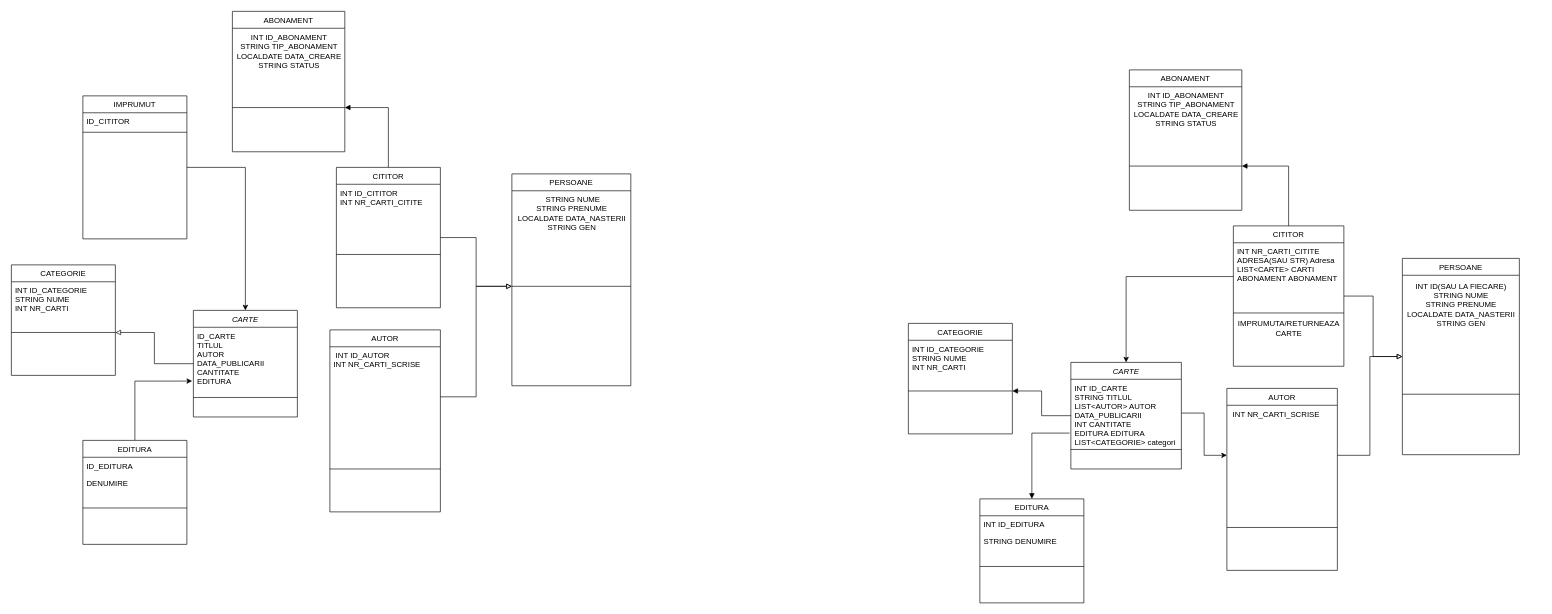
Above: ANUL 2 SEM 2/Diagramă fără titlu.drawio in RobertaDiana/FMI-UNIBUC (draw.io), before the change. Source tidied: cells renumbered, new cells numbered last; positions are measured from the earlier drawing's top-left corner, leaving out a move shared by most shapes. Both pictures are drawn from the tidied source at 65%, with x=0, y=0 at pixel (11, 11).
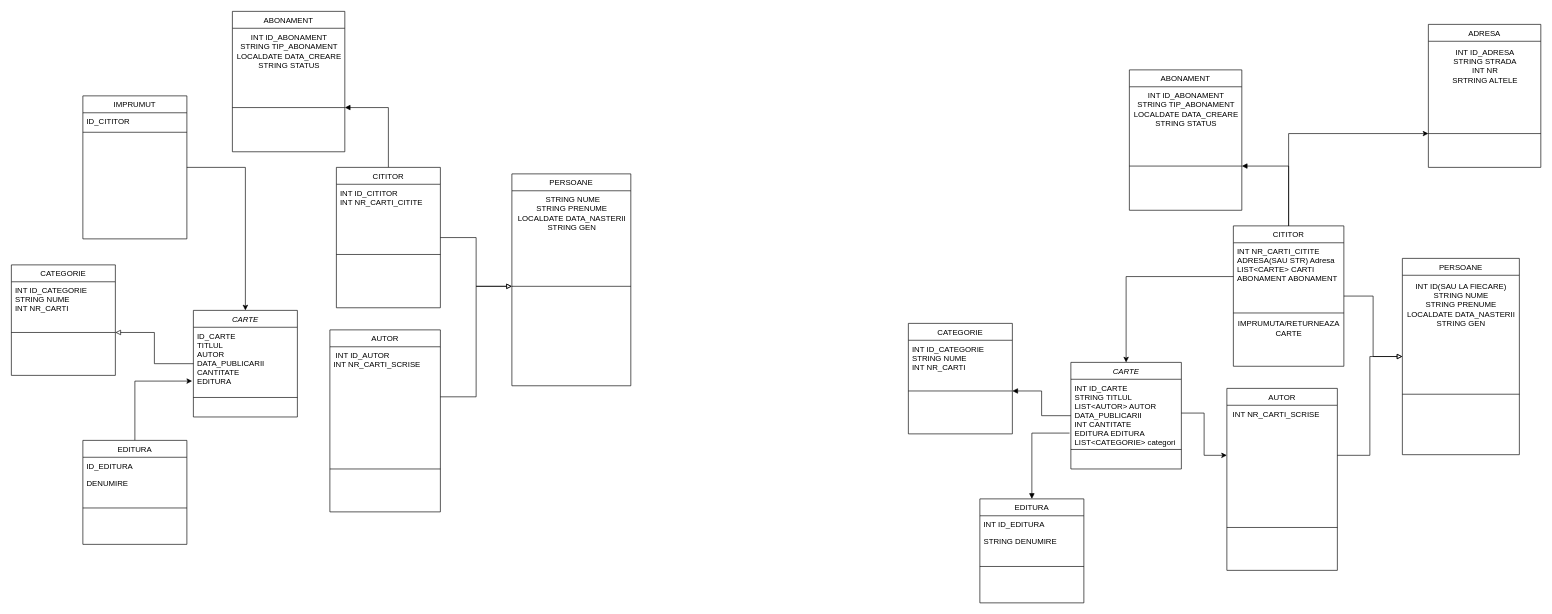
The same diagram, later.

The change refers to these unchanged cells:
```xml
<mxCell id="47" value="CITITOR" style="swimlane;fontStyle=0;align=center;verticalAlign=top;horizontal=1;startSize=26;rounded=0;shadow=0;strokeWidth=1;" parent="1" vertex="1">
  <mxGeometry x="1880" y="330" width="170" height="216" as="geometry" />
</mxCell>
```

Change to the diagram source:
```diff
@@
+    <mxCell id="63" style="edgeStyle=orthogonalEdgeStyle;rounded=0;jettySize=auto;html=1;" parent="1" edge="1" source="47" target="66">
+      <mxGeometry relative="1" as="geometry" />
+    </mxCell>
@@
+    <mxCell id="64" value="ADRESA" style="swimlane;fontStyle=0;align=center;verticalAlign=top;horizontal=1;startSize=26;rounded=0;shadow=0;strokeWidth=1;" parent="1" vertex="1">
+      <mxGeometry x="2180" y="20" width="173" height="220" as="geometry" />
+    </mxCell>
+    <mxCell id="65" value="&lt;div&gt;INT ID_ADRESA&lt;/div&gt;&lt;div&gt;STRING STRADA&lt;/div&gt;&lt;div&gt;INT NR&lt;/div&gt;&lt;div&gt;SRTRING ALTELE&lt;br&gt;&lt;/div&gt;&lt;div&gt;&lt;br&gt;&lt;/div&gt;" style="text;html=1;align=center;verticalAlign=middle;strokeColor=none;fillColor=none;" parent="64" vertex="1">
+      <mxGeometry y="26" width="173" height="90" as="geometry" />
+    </mxCell>
+    <mxCell id="66" style="line;html=1;strokeWidth=1;align=left;verticalAlign=middle;spacingTop=-1;spacingLeft=3;spacingRight=3;labelPosition=right;points=[];portConstraint=eastwest;" parent="64" vertex="1">
+      <mxGeometry y="116" width="173" height="104" as="geometry" />
+    </mxCell>
```
